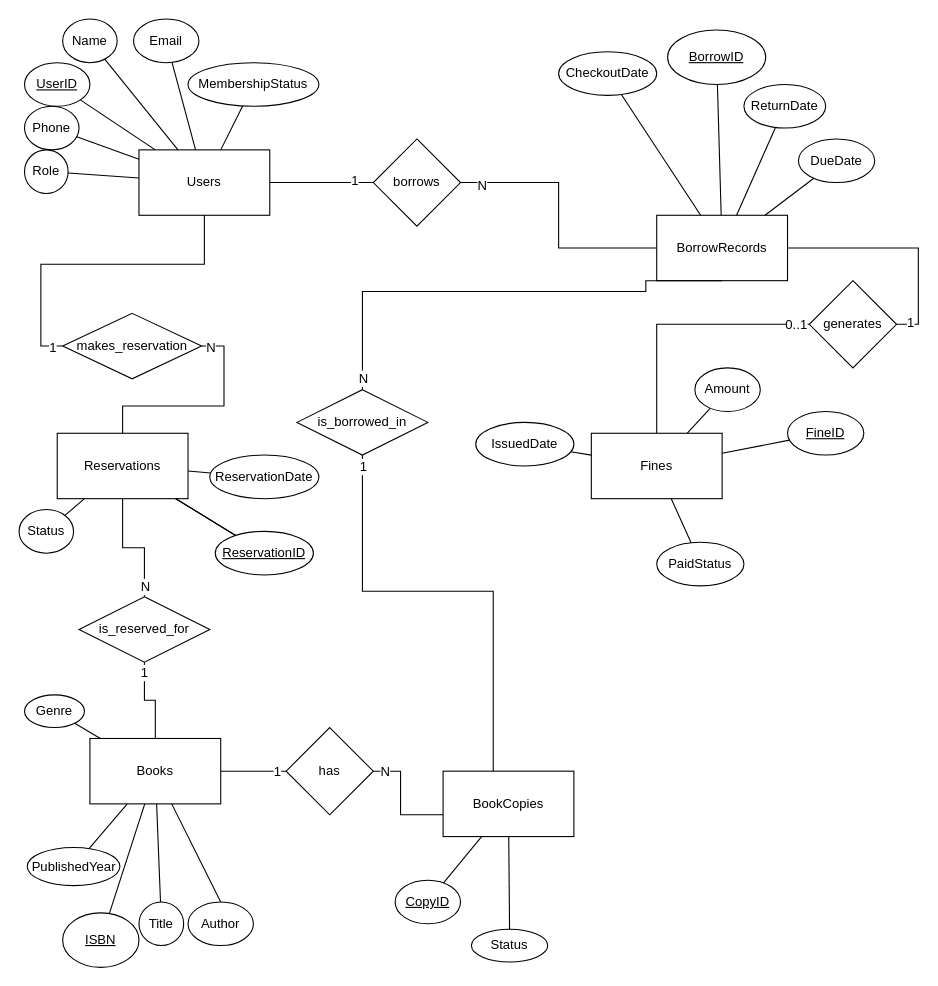
Earlier version of the draw.io diagram Biểu đồ không có tiêu đề.drawio (nta105/nta105.github.io). Source tidied: cells renumbered, new cells numbered last; positions are measured from the earlier drawing's top-left corner, leaving out a move shared by most shapes. Both pictures are drawn from the tidied source at 109%, with x=0, y=0 at pixel (19, 19).
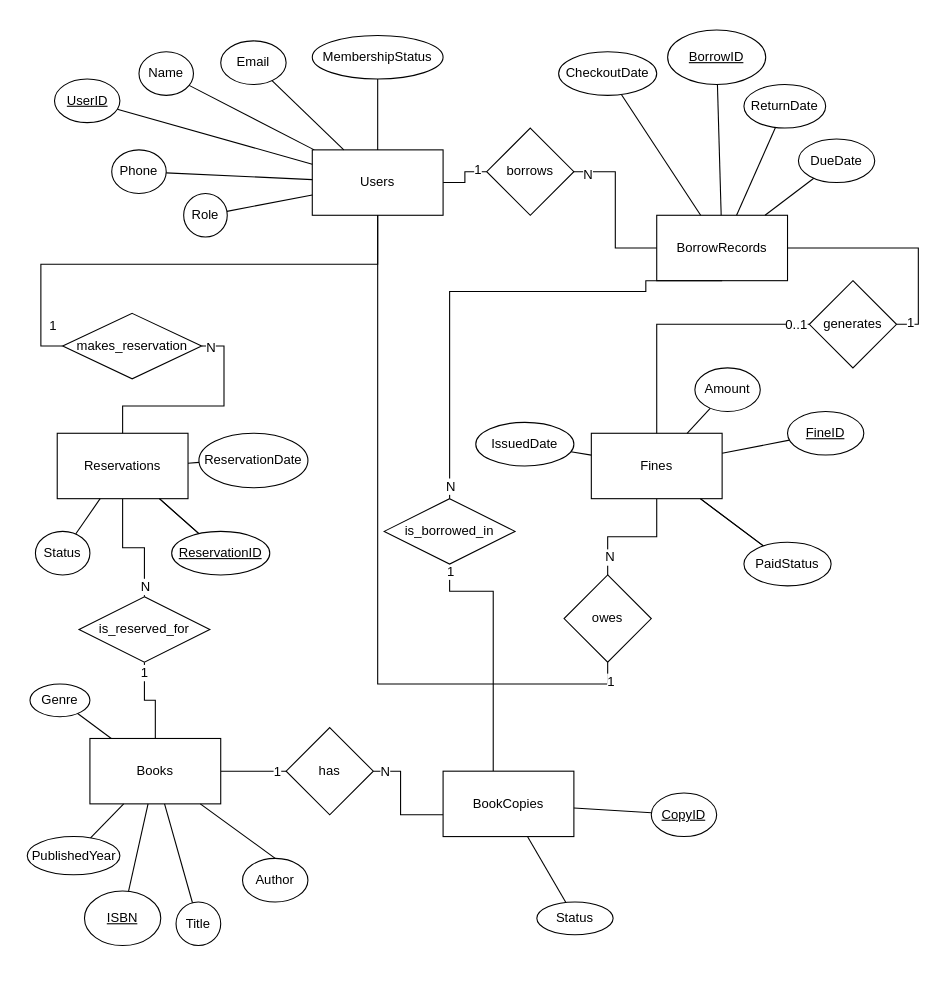
Above is the later version.

Commit message (it also covers changes not shown here):
Cập nhật Biểu đồ không có tiêu đề.drawio

Unchanged cells that the change refers to:
```xml
<mxCell id="10" value="BookCopies" style="rounded=0;whiteSpace=wrap;html=1;" parent="1" vertex="1">
  <mxGeometry x="389" y="690" width="120" height="60" as="geometry" />
</mxCell>
<mxCell id="13" value="BorrowRecords" style="rounded=0;whiteSpace=wrap;html=1;" parent="1" vertex="1">
  <mxGeometry x="585" y="180" width="120" height="60" as="geometry" />
</mxCell>
<mxCell id="17" value="Fines" style="rounded=0;whiteSpace=wrap;html=1;" parent="1" vertex="1">
  <mxGeometry x="525" y="380" width="120" height="60" as="geometry" />
</mxCell>
```

Diff of the diagram source:
```diff
@@
-    <mxCell id="2" style="edgeStyle=none;shape=connector;rounded=0;jettySize=auto;html=1;strokeColor=default;align=center;verticalAlign=middle;fontFamily=Helvetica;fontSize=12;fontColor=default;labelBackgroundColor=default;startFill=0;endArrow=none;" parent="1" edge="1" source="4" target="72">
+    <mxCell id="2" style="edgeStyle=orthogonalEdgeStyle;shape=connector;rounded=0;jettySize=auto;html=1;strokeColor=default;align=center;verticalAlign=middle;fontFamily=Helvetica;fontSize=12;fontColor=default;labelBackgroundColor=default;startFill=0;endArrow=none;" parent="1" edge="1" source="4" target="72">
       <mxGeometry relative="1" as="geometry" />
     </mxCell>
@@
     <mxCell id="4" value="Users" style="rounded=0;whiteSpace=wrap;html=1;" parent="1" vertex="1">
-      <mxGeometry x="110" y="120" width="120" height="60" as="geometry" />
+      <mxGeometry x="269" y="120" width="120" height="60" as="geometry" />
     </mxCell>
@@
     <mxCell id="8" style="edgeStyle=orthogonalEdgeStyle;shape=connector;rounded=0;jettySize=auto;html=1;strokeColor=default;align=center;verticalAlign=middle;fontFamily=Helvetica;fontSize=12;fontColor=default;labelBackgroundColor=default;startFill=0;endArrow=none;" parent="1" edge="1" source="10" target="75">
       <mxGeometry relative="1" as="geometry">
         <Array as="points">
           <mxPoint x="435" y="525" />
-          <mxPoint x="315" y="525" />
+          <mxPoint x="395" y="525" />
         </Array>
       </mxGeometry>
     </mxCell>
@@
+    <mxCell id="87" style="edgeStyle=none;shape=connector;rounded=0;jettySize=auto;html=1;strokeColor=default;align=center;verticalAlign=middle;fontFamily=Helvetica;fontSize=12;fontColor=default;labelBackgroundColor=default;startFill=0;endArrow=none;" parent="1" edge="1" source="17" target="66">
+      <mxGeometry relative="1" as="geometry" />
+    </mxCell>
+    <mxCell id="88" style="edgeStyle=orthogonalEdgeStyle;shape=connector;rounded=0;jettySize=auto;html=1;strokeColor=default;align=center;verticalAlign=middle;fontFamily=Helvetica;fontSize=12;fontColor=default;labelBackgroundColor=default;startFill=0;endArrow=none;" parent="1" edge="1" source="17" target="92">
+      <mxGeometry relative="1" as="geometry">
+        <Array as="points">
+          <mxPoint x="585" y="475" />
+          <mxPoint x="540" y="475" />
+        </Array>
+      </mxGeometry>
+    </mxCell>
+    <mxCell id="89" value="N" style="edgeLabel;html=1;align=center;verticalAlign=middle;strokeColor=default;fontFamily=Helvetica;fontSize=12;fontColor=default;labelBackgroundColor=default;fillColor=default;" parent="88" vertex="1">
+      <mxGeometry x="0.7" y="1" relative="1" as="geometry" />
+    </mxCell>
@@
     <mxCell id="18" value="&lt;u&gt;UserID&lt;/u&gt;" style="ellipse;whiteSpace=wrap;html=1;" parent="1" vertex="1">
-      <mxGeometry x="5" y="40" width="60" height="40" as="geometry" />
+      <mxGeometry x="32.5" y="55" width="60" height="40" as="geometry" />
     </mxCell>
     <mxCell id="19" value="Name" style="ellipse;whiteSpace=wrap;html=1;" parent="1" vertex="1">
-      <mxGeometry x="40" width="50" height="40" as="geometry" />
+      <mxGeometry x="110" y="30" width="50" height="40" as="geometry" />
     </mxCell>
     <mxCell id="20" value="Email" style="ellipse;whiteSpace=wrap;html=1;" parent="1" vertex="1">
-      <mxGeometry x="105" width="60" height="40" as="geometry" />
+      <mxGeometry x="185" y="20" width="60" height="40" as="geometry" />
     </mxCell>
     <mxCell id="21" value="Phone" style="ellipse;whiteSpace=wrap;html=1;" parent="1" vertex="1">
-      <mxGeometry x="5" y="80" width="50" height="40" as="geometry" />
+      <mxGeometry x="85" y="120" width="50" height="40" as="geometry" />
     </mxCell>
     <mxCell id="22" value="MembershipStatus" style="ellipse;whiteSpace=wrap;html=1;" parent="1" vertex="1">
-      <mxGeometry x="155" y="40" width="120" height="40" as="geometry" />
+      <mxGeometry x="269" y="15" width="120" height="40" as="geometry" />
     </mxCell>
     <mxCell id="23" value="Role" style="ellipse;whiteSpace=wrap;html=1;" parent="1" vertex="1">
-      <mxGeometry x="5" y="120" width="40" height="40" as="geometry" />
+      <mxGeometry x="151" y="160" width="40" height="40" as="geometry" />
     </mxCell>
@@
     <mxCell id="30" value="&lt;u&gt;ISBN&lt;/u&gt;" style="ellipse;whiteSpace=wrap;html=1;" parent="1" vertex="1">
-      <mxGeometry x="40" y="820" width="70" height="50" as="geometry" />
+      <mxGeometry x="60" y="800" width="70" height="50" as="geometry" />
     </mxCell>
@@
     <mxCell id="32" value="Title" style="ellipse;whiteSpace=wrap;html=1;" parent="1" vertex="1">
-      <mxGeometry x="110" y="810" width="41" height="40" as="geometry" />
+      <mxGeometry x="144" y="810" width="41" height="40" as="geometry" />
     </mxCell>
@@
     <mxCell id="34" value="Author" style="ellipse;whiteSpace=wrap;html=1;" parent="1" vertex="1">
-      <mxGeometry x="155" y="810" width="60" height="40" as="geometry" />
+      <mxGeometry x="205" y="770" width="60" height="40" as="geometry" />
     </mxCell>
@@
     <mxCell id="36" value="PublishedYear" style="ellipse;whiteSpace=wrap;html=1;" parent="1" vertex="1">
-      <mxGeometry x="7.5" y="760" width="85" height="35" as="geometry" />
+      <mxGeometry x="7.5" y="750" width="85" height="35" as="geometry" />
     </mxCell>
@@
     <mxCell id="38" value="Genre" style="ellipse;whiteSpace=wrap;html=1;" parent="1" vertex="1">
-      <mxGeometry x="5" y="620" width="55" height="30" as="geometry" />
+      <mxGeometry x="10" y="610" width="55" height="30" as="geometry" />
     </mxCell>
@@
     <mxCell id="40" value="&lt;u&gt;CopyID&lt;/u&gt;" style="ellipse;whiteSpace=wrap;html=1;" parent="1" vertex="1">
-      <mxGeometry x="345" y="790" width="60" height="40" as="geometry" />
+      <mxGeometry x="580" y="710" width="60" height="40" as="geometry" />
     </mxCell>
@@
     <mxCell id="42" value="Status" style="ellipse;whiteSpace=wrap;html=1;" parent="1" vertex="1">
-      <mxGeometry x="415" y="835" width="70" height="30" as="geometry" />
+      <mxGeometry x="475" y="810" width="70" height="30" as="geometry" />
     </mxCell>
@@
     <mxCell id="54" value="&lt;u&gt;ReservationID&lt;/u&gt;" style="ellipse;whiteSpace=wrap;html=1;" parent="1" vertex="1">
-      <mxGeometry x="180" y="470" width="90" height="40" as="geometry" />
+      <mxGeometry x="140" y="470" width="90" height="40" as="geometry" />
     </mxCell>
@@
     <mxCell id="56" value="ReservationDate" style="ellipse;whiteSpace=wrap;html=1;" parent="1" vertex="1">
-      <mxGeometry x="175" y="400" width="100" height="40" as="geometry" />
+      <mxGeometry x="165" y="380" width="100" height="50" as="geometry" />
     </mxCell>
@@
     <mxCell id="58" value="Status" style="ellipse;whiteSpace=wrap;html=1;" parent="1" vertex="1">
-      <mxGeometry y="450" width="50" height="40" as="geometry" />
+      <mxGeometry x="15" y="470" width="50" height="40" as="geometry" />
     </mxCell>
@@
     <mxCell id="66" value="PaidStatus" style="ellipse;whiteSpace=wrap;html=1;strokeColor=default;align=center;verticalAlign=middle;fontFamily=Helvetica;fontSize=12;fontColor=default;fillColor=default;" parent="1" vertex="1">
-      <mxGeometry x="585" y="480" width="80" height="40" as="geometry" />
+      <mxGeometry x="665" y="480" width="80" height="40" as="geometry" />
     </mxCell>
@@
     <mxCell id="72" value="borrows" style="rhombus;whiteSpace=wrap;html=1;rounded=0;" parent="1" vertex="1">
-      <mxGeometry x="325" y="110" width="80" height="80" as="geometry" />
+      <mxGeometry x="429" y="100" width="80" height="80" as="geometry" />
     </mxCell>
     <mxCell id="73" style="edgeStyle=orthogonalEdgeStyle;shape=connector;rounded=0;jettySize=auto;html=1;strokeColor=default;align=center;verticalAlign=middle;fontFamily=Helvetica;fontSize=12;fontColor=default;labelBackgroundColor=default;startFill=0;endArrow=none;exitX=0.5;exitY=0;exitDx=0;exitDy=0;entryX=0.5;entryY=1;entryDx=0;entryDy=0;" parent="1" edge="1" source="75" target="13">
       <mxGeometry relative="1" as="geometry">
         <Array as="points">
-          <mxPoint x="315" y="250" />
+          <mxPoint x="395" y="250" />
           <mxPoint x="575" y="250" />
           <mxPoint x="575" y="240" />
         </Array>
       </mxGeometry>
     </mxCell>
@@
     <mxCell id="75" value="is_borrowed_in" style="rhombus;whiteSpace=wrap;html=1;rounded=0;" parent="1" vertex="1">
-      <mxGeometry x="255" y="340" width="120" height="60" as="geometry" />
+      <mxGeometry x="335" y="440" width="120" height="60" as="geometry" />
     </mxCell>
@@
+    <mxCell id="90" style="edgeStyle=orthogonalEdgeStyle;shape=connector;rounded=0;jettySize=auto;html=1;strokeColor=default;align=center;verticalAlign=middle;fontFamily=Helvetica;fontSize=12;fontColor=default;labelBackgroundColor=default;startFill=0;endArrow=none;exitX=0.5;exitY=1;exitDx=0;exitDy=0;" parent="1" edge="1" source="92" target="4">
+      <mxGeometry relative="1" as="geometry" />
+    </mxCell>
+    <mxCell id="91" value="1" style="edgeLabel;html=1;align=center;verticalAlign=middle;strokeColor=default;fontFamily=Helvetica;fontSize=12;fontColor=default;labelBackgroundColor=default;fillColor=default;" parent="90" vertex="1">
+      <mxGeometry x="-0.95" y="2" relative="1" as="geometry" />
+    </mxCell>
+    <mxCell id="92" value="owes" style="rhombus;whiteSpace=wrap;html=1;rounded=0;" parent="1" vertex="1">
+      <mxGeometry x="500" y="510" width="80" height="80" as="geometry" />
+    </mxCell>
```
